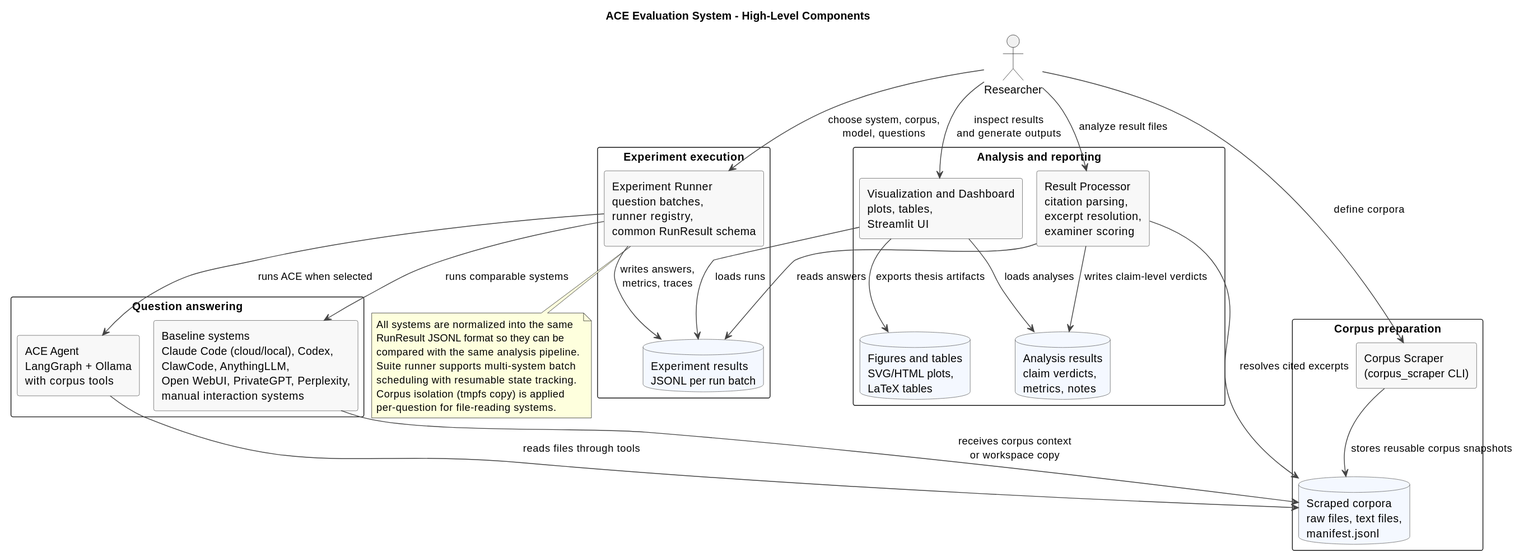
The PlantUML diagram docs/diagrams/generated/system-overview.svg in TomsBicans/agentic-context-engineering, before a commit. Source of this version:
```plantuml
@startuml
!pragma layout smetana
title ACE Evaluation System - High-Level Components

skinparam backgroundColor white
skinparam shadowing false
skinparam componentStyle rectangle
skinparam packageStyle rectangle
skinparam defaultFontName Arial
skinparam ArrowColor #444444
skinparam component {
  BorderColor #555555
  BackgroundColor #F8F8F8
}
skinparam database {
  BorderColor #555555
  BackgroundColor #F4F8FF
}

actor Researcher

package "Corpus preparation" {
  component "Corpus Scraper\n(corpus_scraper CLI)" as scraper
  database "Scraped corpora\nraw files, text files,\nmanifest.jsonl" as corpora
}

package "Question answering" {
  component "ACE Agent\nLangGraph + Ollama\nwith corpus tools" as ace
  component "Baseline systems\nClaude Code (cloud/local), Codex,\nClawCode, AnythingLLM,\nOpen WebUI, PrivateGPT, Perplexity,\nmanual interaction systems" as baselines
}

package "Experiment execution" {
  component "Experiment Runner\nquestion batches,\nrunner registry,\ncommon RunResult schema" as runner
  database "Experiment results\nJSONL per run batch" as run_results
}

package "Analysis and reporting" {
  component "Result Processor\ncitation parsing,\nexcerpt resolution,\nexaminer scoring" as processor
  component "Visualization and Dashboard\nplots, tables,\nStreamlit UI" as dashboard
  database "Analysis results\nclaim verdicts,\nmetrics, notes" as analysis_results
  database "Figures and tables\nSVG/HTML plots,\nLaTeX tables" as figures
}

Researcher --> scraper : define corpora
scraper --> corpora : stores reusable corpus snapshots

Researcher --> runner : choose system, corpus,\nmodel, questions
runner --> ace : runs ACE when selected
runner --> baselines : runs comparable systems
ace --> corpora : reads files through tools
baselines --> corpora : receives corpus context\nor workspace copy
runner --> run_results : writes answers,\nmetrics, traces

Researcher --> processor : analyze result files
processor --> run_results : reads answers
processor --> corpora : resolves cited excerpts
processor --> analysis_results : writes claim-level verdicts

dashboard --> run_results : loads runs
dashboard --> analysis_results : loads analyses
dashboard --> figures : exports thesis artifacts
Researcher --> dashboard : inspect results\nand generate outputs

note bottom of runner
  All systems are normalized into the same
  RunResult JSONL format so they can be
  compared with the same analysis pipeline.
  Suite runner supports multi-system batch
  scheduling with resumable state tracking.
  Corpus isolation (tmpfs copy) is applied
  per-question for file-reading systems.
end note
@enduml
```
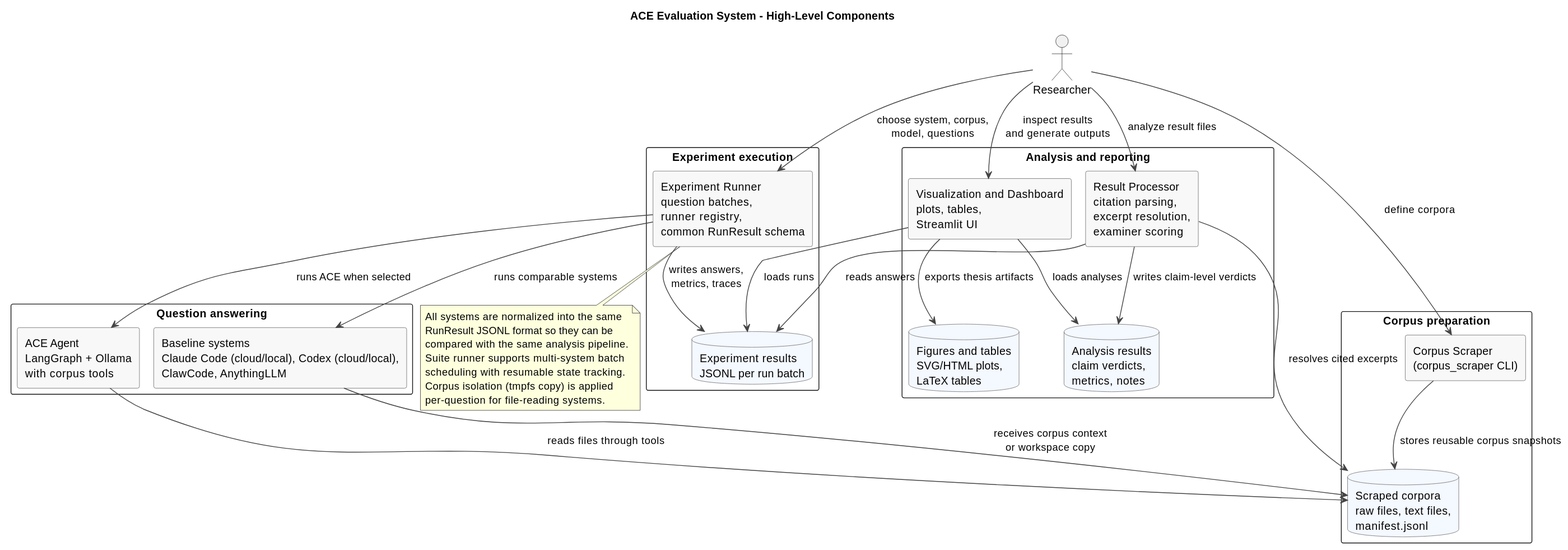
After the commit.

Commit message:
update the generated diagram

What changed in the source:
```diff
@@ -26,7 +26,7 @@
 
 package "Question answering" {
   component "ACE Agent\nLangGraph + Ollama\nwith corpus tools" as ace
-  component "Baseline systems\nClaude Code (cloud/local), Codex,\nClawCode, AnythingLLM,\nOpen WebUI, PrivateGPT, Perplexity,\nmanual interaction systems" as baselines
+  component "Baseline systems\nClaude Code (cloud/local), Codex (cloud/local),\nClawCode, AnythingLLM" as baselines
 }
 
 package "Experiment execution" {
```
